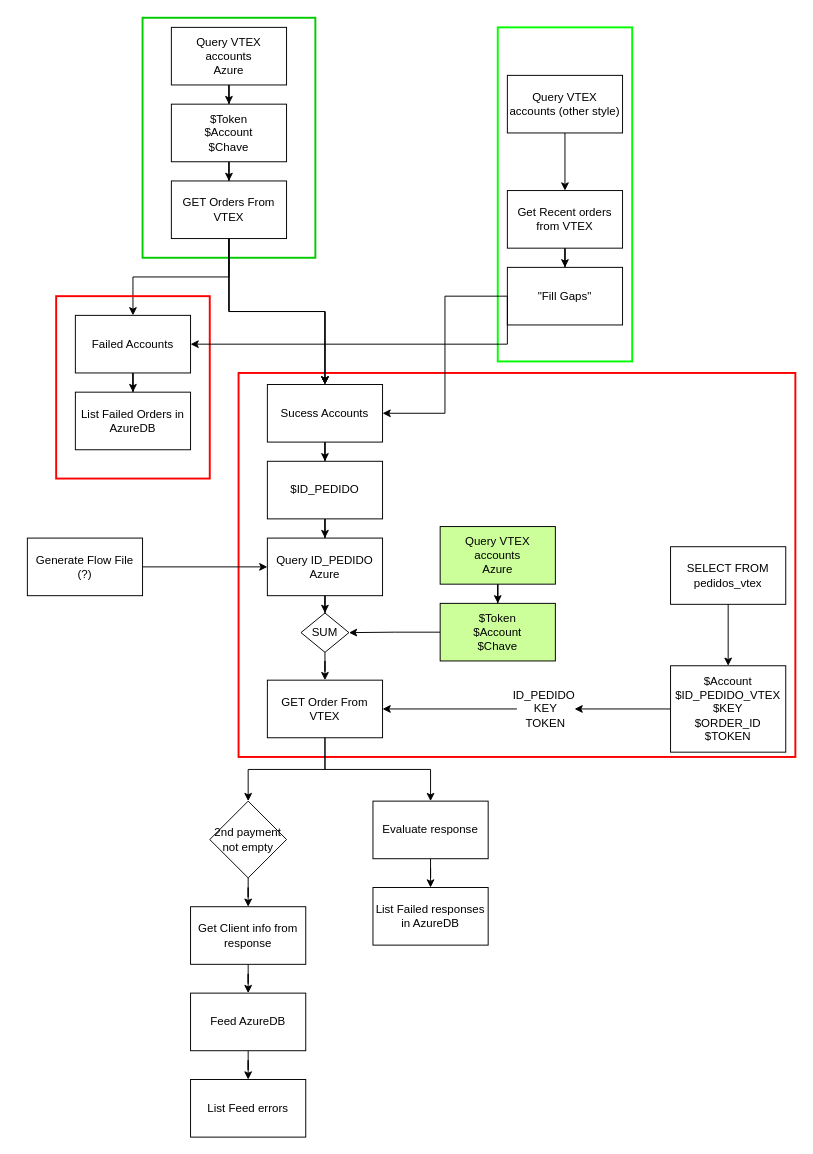
The draw.io diagram diagrama.drawio in LuccioLee-selia/Projeto_NiFi_vTex_getNewOrders, before the edit. Source tidied: cells renumbered, new cells numbered last; positions are measured from the earlier drawing's top-left corner, leaving out a move shared by most shapes. Both pictures are drawn from the tidied source at 96%, with x=0, y=0 at pixel (27, 17).
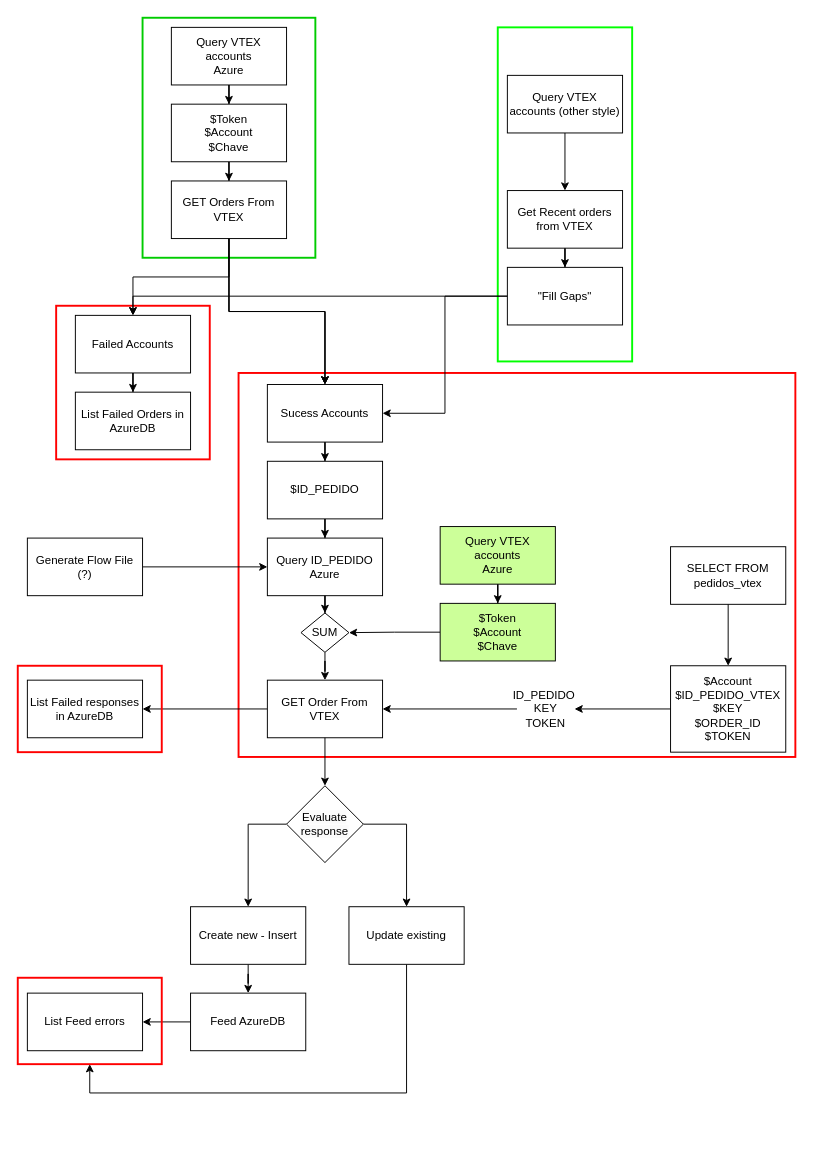
After the change.

Unchanged cells that the change refers to:
```xml
<mxCell id="17" value="Failed Accounts" style="rounded=0;whiteSpace=wrap;html=1;" parent="1" vertex="1">
  <mxGeometry x="50" y="310" width="120" height="60" as="geometry" />
</mxCell>
<mxCell id="25" value="&quot;Fill Gaps&quot;" style="whiteSpace=wrap;html=1;rounded=0;" parent="1" vertex="1">
  <mxGeometry x="500" y="260" width="120" height="60" as="geometry" />
</mxCell>
<mxCell id="33" value="GET Order From VTEX" style="rounded=0;whiteSpace=wrap;html=1;" parent="1" vertex="1">
  <mxGeometry x="250" y="690" width="120" height="60" as="geometry" />
</mxCell>
```

The edit, as a diff of the source:
```diff
@@
+    <mxCell id="49" style="rounded=0;whiteSpace=wrap;html=1;fillColor=none;strokeColor=#ff0000;strokeWidth=2;" parent="1" vertex="1">
+      <mxGeometry x="30" y="300" width="160" height="160" as="geometry" />
+    </mxCell>
@@
-    <mxCell id="32" style="edgeStyle=orthogonalEdgeStyle;rounded=0;jettySize=auto;html=1;" parent="1" edge="1" source="39" target="40">
+    <mxCell id="32" style="edgeStyle=orthogonalEdgeStyle;rounded=0;jettySize=auto;html=1;" parent="1" edge="1" source="33" target="40">
       <mxGeometry relative="1" as="geometry" />
     </mxCell>
@@
-    <mxCell id="39" value="Evaluate response" style="rounded=0;whiteSpace=wrap;html=1;" parent="1" vertex="1">
-      <mxGeometry x="360" y="816" width="120" height="60" as="geometry" />
-    </mxCell>
     <mxCell id="40" value="List Failed responses in AzureDB" style="rounded=0;whiteSpace=wrap;html=1;" parent="1" vertex="1">
-      <mxGeometry x="360" y="906" width="120" height="60" as="geometry" />
+      <mxGeometry y="690" width="120" height="60" as="geometry" />
     </mxCell>
-    <mxCell id="41" style="edgeStyle=orthogonalEdgeStyle;rounded=0;jettySize=auto;html=1;" parent="1" edge="1" source="33" target="43">
-      <mxGeometry relative="1" as="geometry" />
-    </mxCell>
-    <mxCell id="42" style="edgeStyle=orthogonalEdgeStyle;rounded=0;jettySize=auto;html=1;" parent="1" edge="1" source="43" target="45">
-      <mxGeometry relative="1" as="geometry" />
-    </mxCell>
-    <mxCell id="43" value="2nd payment not empty" style="rhombus;whiteSpace=wrap;html=1;" parent="1" vertex="1">
-      <mxGeometry x="190" y="816" width="80" height="80" as="geometry" />
-    </mxCell>
@@
-    <mxCell id="45" value="Get Client info from response" style="rounded=0;whiteSpace=wrap;html=1;" parent="1" vertex="1">
+    <mxCell id="45" value="Create new - Insert" style="rounded=0;whiteSpace=wrap;html=1;" parent="1" vertex="1">
       <mxGeometry x="170" y="926" width="120" height="60" as="geometry" />
     </mxCell>
@@
     <mxCell id="48" value="List Feed errors" style="rounded=0;whiteSpace=wrap;html=1;" parent="1" vertex="1">
-      <mxGeometry x="170" y="1106" width="120" height="60" as="geometry" />
+      <mxGeometry y="1016" width="120" height="60" as="geometry" />
     </mxCell>
-    <mxCell id="49" style="rounded=0;whiteSpace=wrap;html=1;fillColor=none;strokeColor=#ff0000;strokeWidth=2;" parent="1" vertex="1">
-      <mxGeometry x="30" y="290" width="160" height="190" as="geometry" />
-    </mxCell>
-    <mxCell id="50" style="edgeStyle=orthogonalEdgeStyle;rounded=0;jettySize=auto;html=1;exitX=0;exitY=0.5;exitDx=0;exitDy=0;entryX=1;entryY=0.5;entryDx=0;entryDy=0;" parent="1" edge="1" source="25" target="17">
+    <mxCell id="50" style="edgeStyle=orthogonalEdgeStyle;rounded=0;jettySize=auto;html=1;exitX=0;exitY=0.5;exitDx=0;exitDy=0;entryX=0.5;entryY=0;entryDx=0;entryDy=0;" parent="1" edge="1" source="25" target="17">
       <mxGeometry relative="1" as="geometry">
         <Array as="points">
-          <mxPoint x="500" y="340" />
+          <mxPoint x="110" y="290" />
         </Array>
       </mxGeometry>
     </mxCell>
@@
+    <mxCell id="59" style="rounded=0;whiteSpace=wrap;html=1;fillColor=none;strokeColor=#ff0000;strokeWidth=2;" parent="1" vertex="1">
+      <mxGeometry x="-10" y="675" width="150" height="90" as="geometry" />
+    </mxCell>
+    <mxCell id="60" style="edgeStyle=orthogonalEdgeStyle;rounded=0;jettySize=auto;html=1;entryX=0.5;entryY=0;entryDx=0;entryDy=0;" parent="1" edge="1" source="39" target="45">
+      <mxGeometry relative="1" as="geometry">
+        <Array as="points">
+          <mxPoint x="230" y="840" />
+        </Array>
+      </mxGeometry>
+    </mxCell>
+    <mxCell id="61" style="edgeStyle=orthogonalEdgeStyle;rounded=0;jettySize=auto;html=1;" parent="1" edge="1" source="39" target="63">
+      <mxGeometry relative="1" as="geometry">
+        <Array as="points">
+          <mxPoint x="395" y="840" />
+        </Array>
+      </mxGeometry>
+    </mxCell>
+    <mxCell id="39" value="&lt;span style=&quot;color: rgb(0, 0, 0); font-family: Helvetica; font-size: 12px; font-style: normal; font-variant-ligatures: normal; font-variant-caps: normal; font-weight: 400; letter-spacing: normal; orphans: 2; text-align: center; text-indent: 0px; text-transform: none; widows: 2; word-spacing: 0px; -webkit-text-stroke-width: 0px; background-color: rgb(251, 251, 251); text-decoration-thickness: initial; text-decoration-style: initial; text-decoration-color: initial; float: none; display: inline !important;&quot;&gt;Evaluate response&lt;/span&gt;" style="rhombus;whiteSpace=wrap;html=1;" parent="1" vertex="1">
+      <mxGeometry x="270" y="800" width="80" height="80" as="geometry" />
+    </mxCell>
+    <mxCell id="62" style="edgeStyle=orthogonalEdgeStyle;rounded=0;jettySize=auto;html=1;" parent="1" edge="1" source="63" target="64">
+      <mxGeometry relative="1" as="geometry">
+        <Array as="points">
+          <mxPoint x="395" y="1120" />
+          <mxPoint x="65" y="1120" />
+        </Array>
+      </mxGeometry>
+    </mxCell>
+    <mxCell id="63" value="Update existing" style="rounded=0;whiteSpace=wrap;html=1;" parent="1" vertex="1">
+      <mxGeometry x="335" y="926" width="120" height="60" as="geometry" />
+    </mxCell>
+    <mxCell id="64" style="rounded=0;whiteSpace=wrap;html=1;fillColor=none;strokeColor=#ff0000;strokeWidth=2;" parent="1" vertex="1">
+      <mxGeometry x="-10" y="1000" width="150" height="90" as="geometry" />
+    </mxCell>
```
